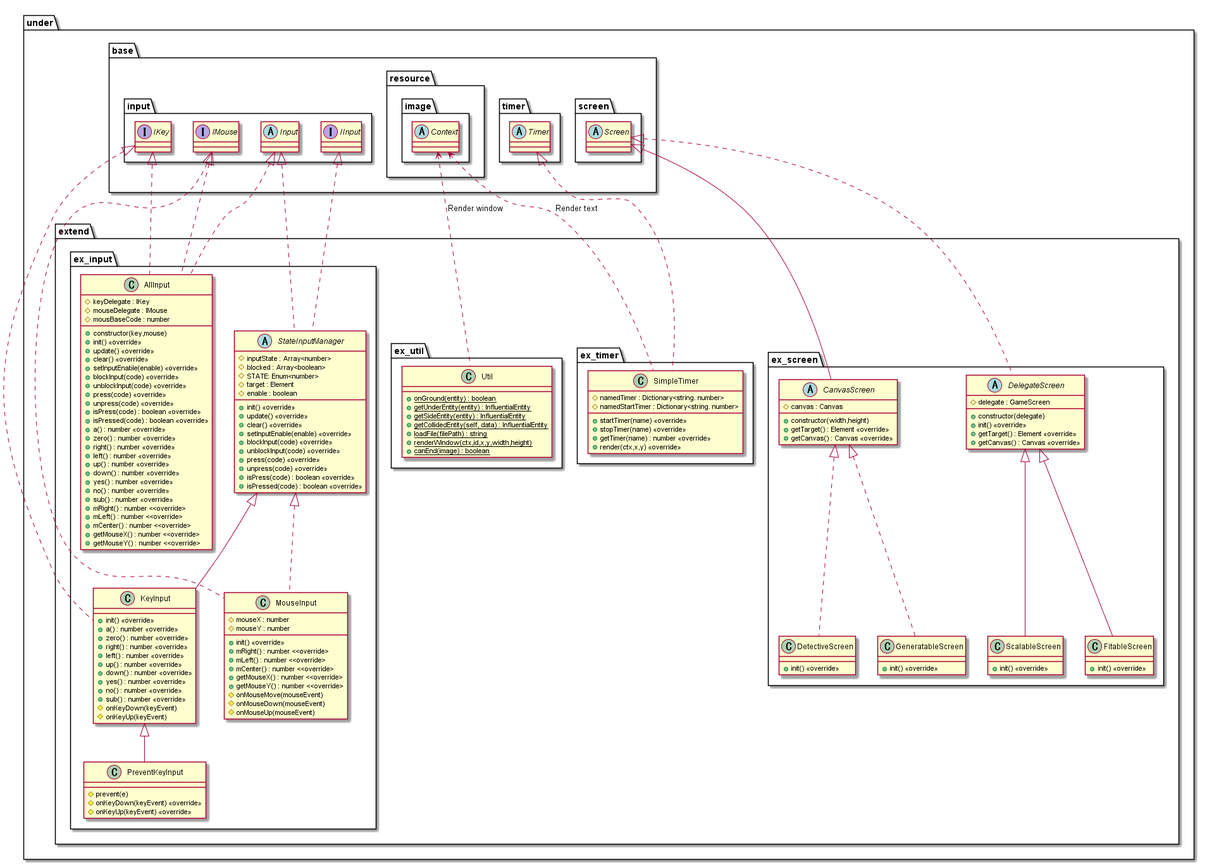
Above: out/uml/gamebase/Extend/GameBaseExtend.png in Expine/Under (PlantUML), before the change.
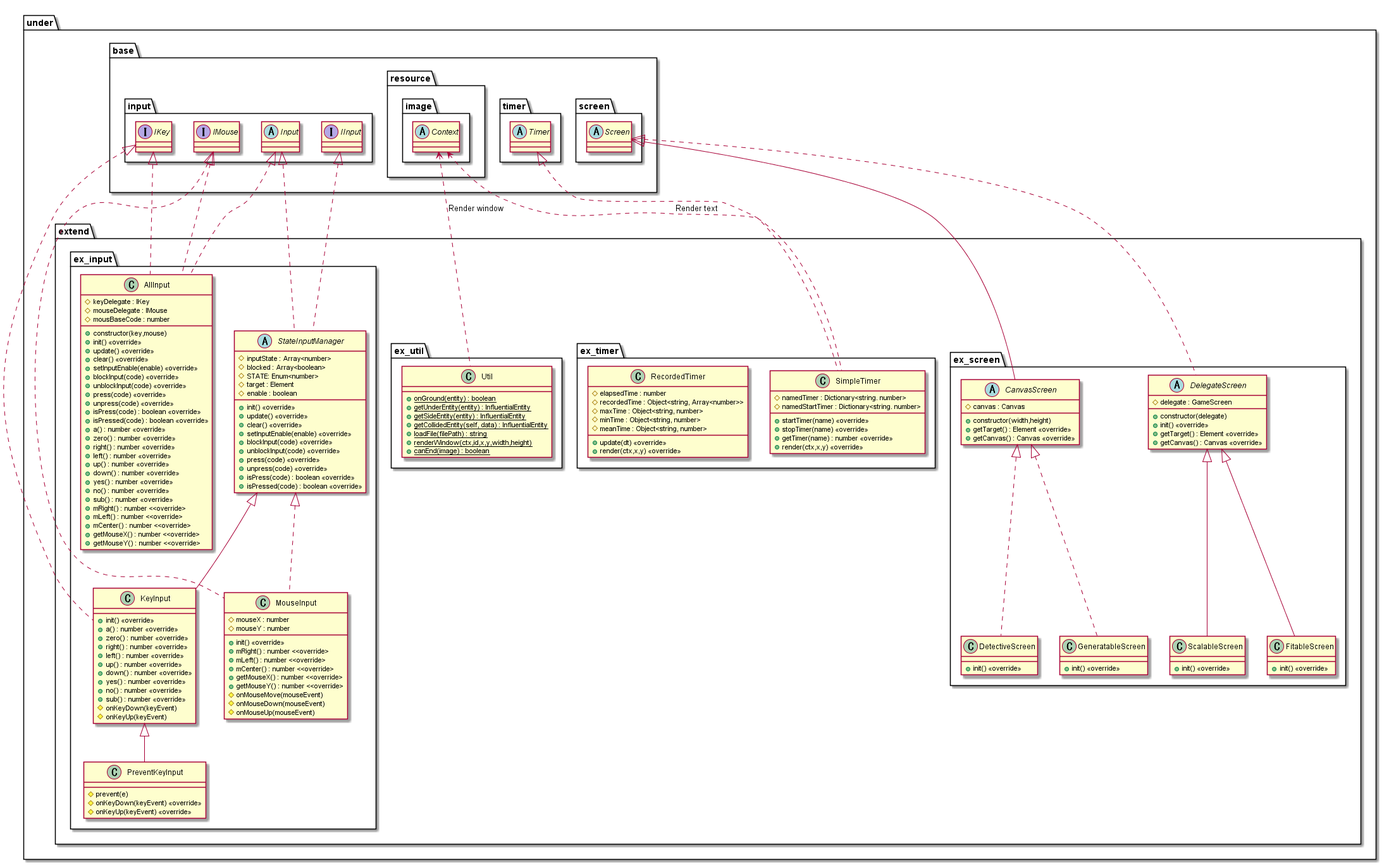
The same diagram one commit later.

Diff of the diagram source:
```diff
@@ -121,6 +121,15 @@
                 +getTimer(name) : number <<override>>
                 +render(ctx,x,y) <<override>>
             }
+            class RecordedTimer {
+                #elapsedTime : number
+                #recordedTime : Object<string, Array<number>>
+                #maxTime : Object<string, number>
+                #minTime : Object<string, number>
+                #meanTime : Object<string, number>
+                +update(dt) <<override>>
+                +render(ctx,x,y) <<override>>
+            }
         }
 
         package ex_util {
```
